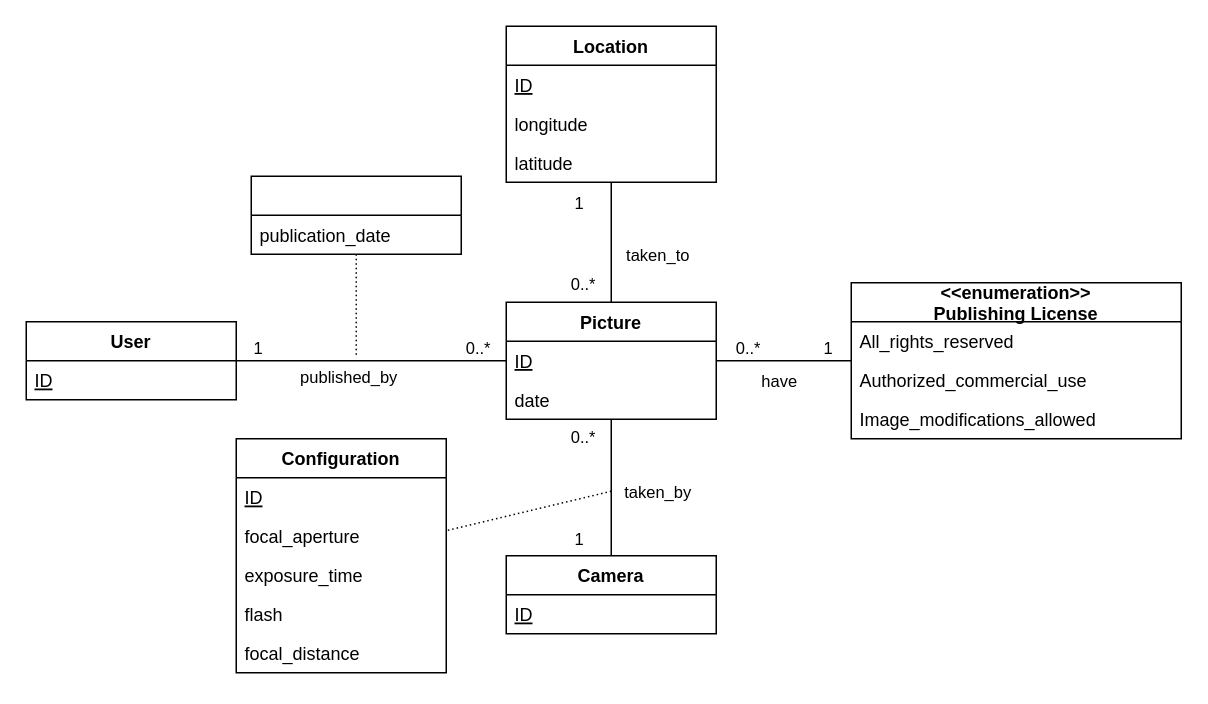
Earlier version of the draw.io diagram HMIN122M - Entrepôts de Données et Big-Data/Rappels Modèle Relationnel - UML - Optimisation/Picture.drawio (lamouchiambre/AIGLE-M1-S1). Source tidied: cells renumbered, new cells numbered last; positions are measured from the earlier drawing's top-left corner, leaving out a move shared by most shapes. Both pictures are drawn from the tidied source at 150%, with x=0, y=0 at pixel (26, 26).
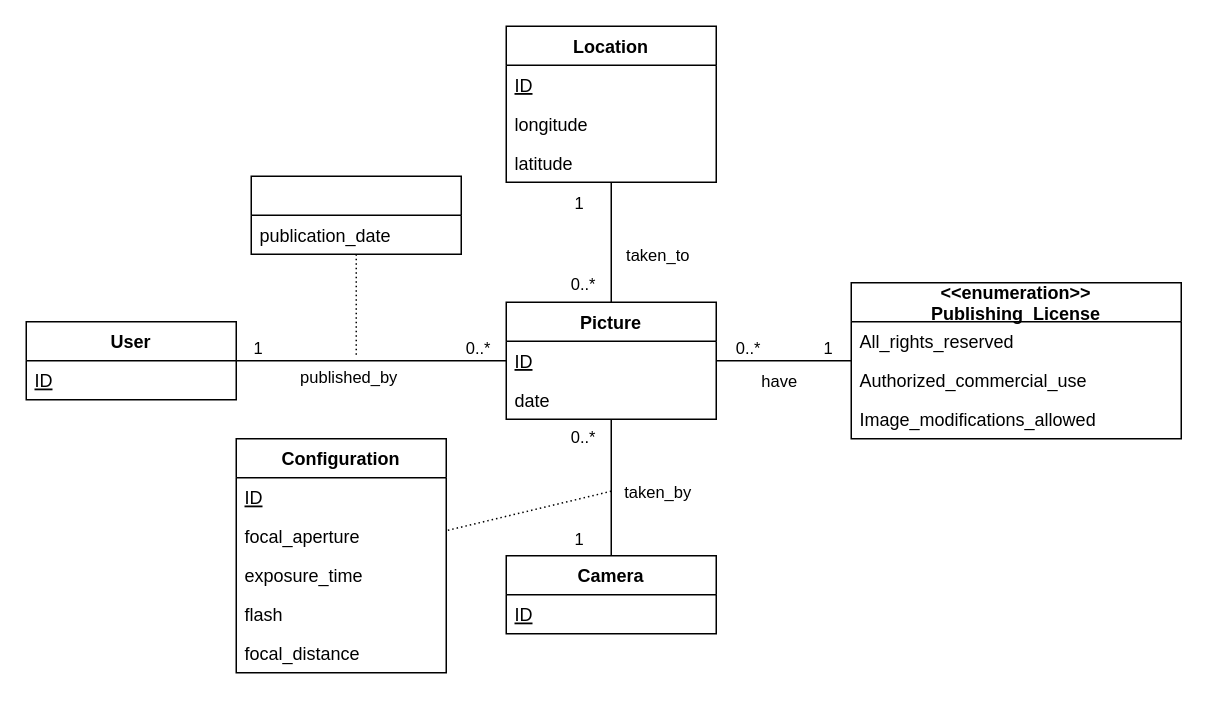
After the change.

Change to the diagram source:
```diff
@@
-    <mxCell id="40" value="&lt;&lt;enumeration&gt;&gt;&#10;Publishing License" style="swimlane;fontStyle=1;horizontal=1;startSize=26;fillColor=none;" parent="1" vertex="1">
+    <mxCell id="40" value="&lt;&lt;enumeration&gt;&gt;&#10;Publishing_License" style="swimlane;fontStyle=1;horizontal=1;startSize=26;fillColor=none;" parent="1" vertex="1">
       <mxGeometry x="550" y="171" width="220" height="104" as="geometry" />
     </mxCell>
```
